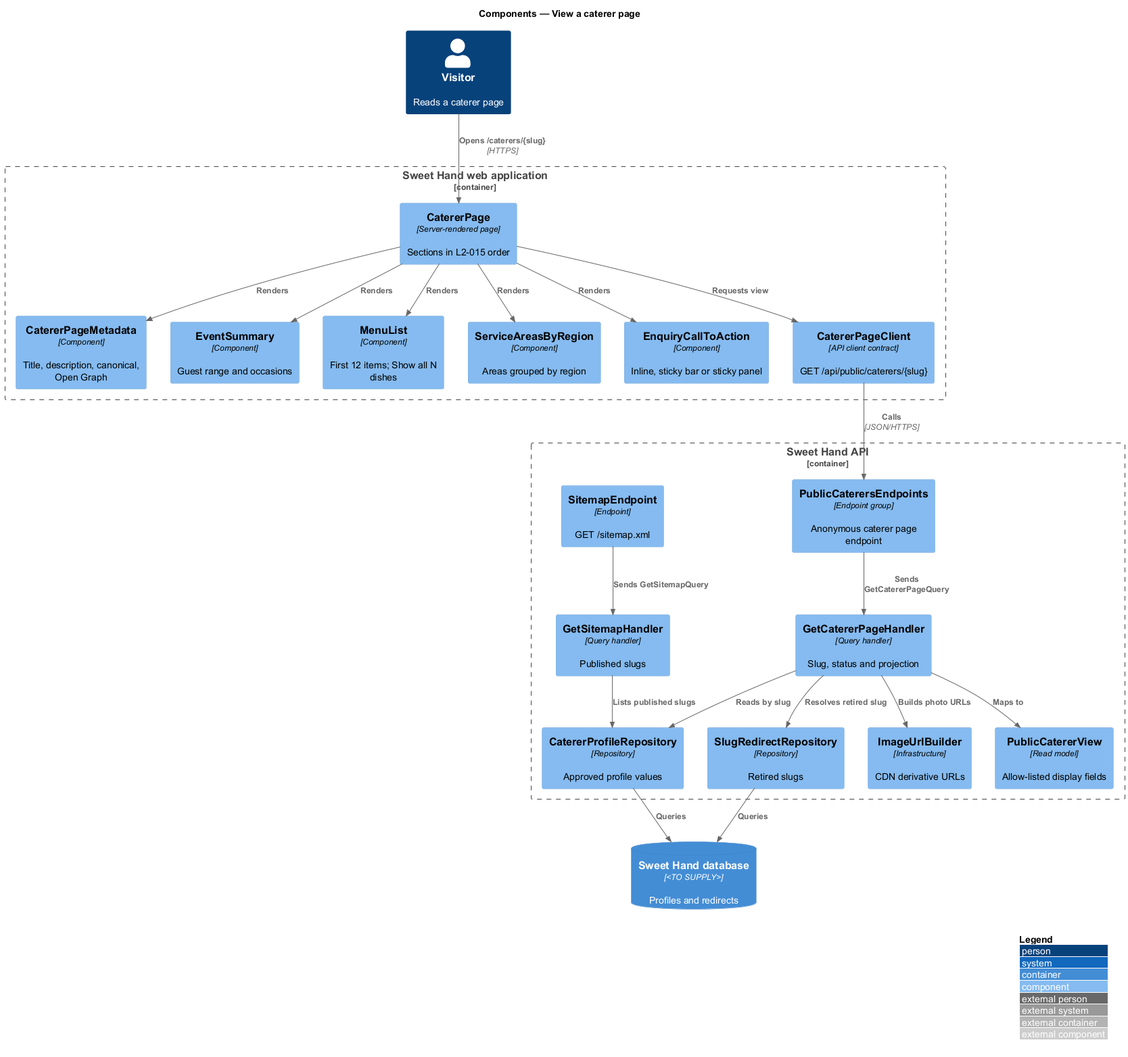
This is docs/detailed-designs/discovery/view-caterer-page/diagrams/c4-component.png from QuinntyneBrown/sweet-hand, a PlantUML export, as it was before one commit.
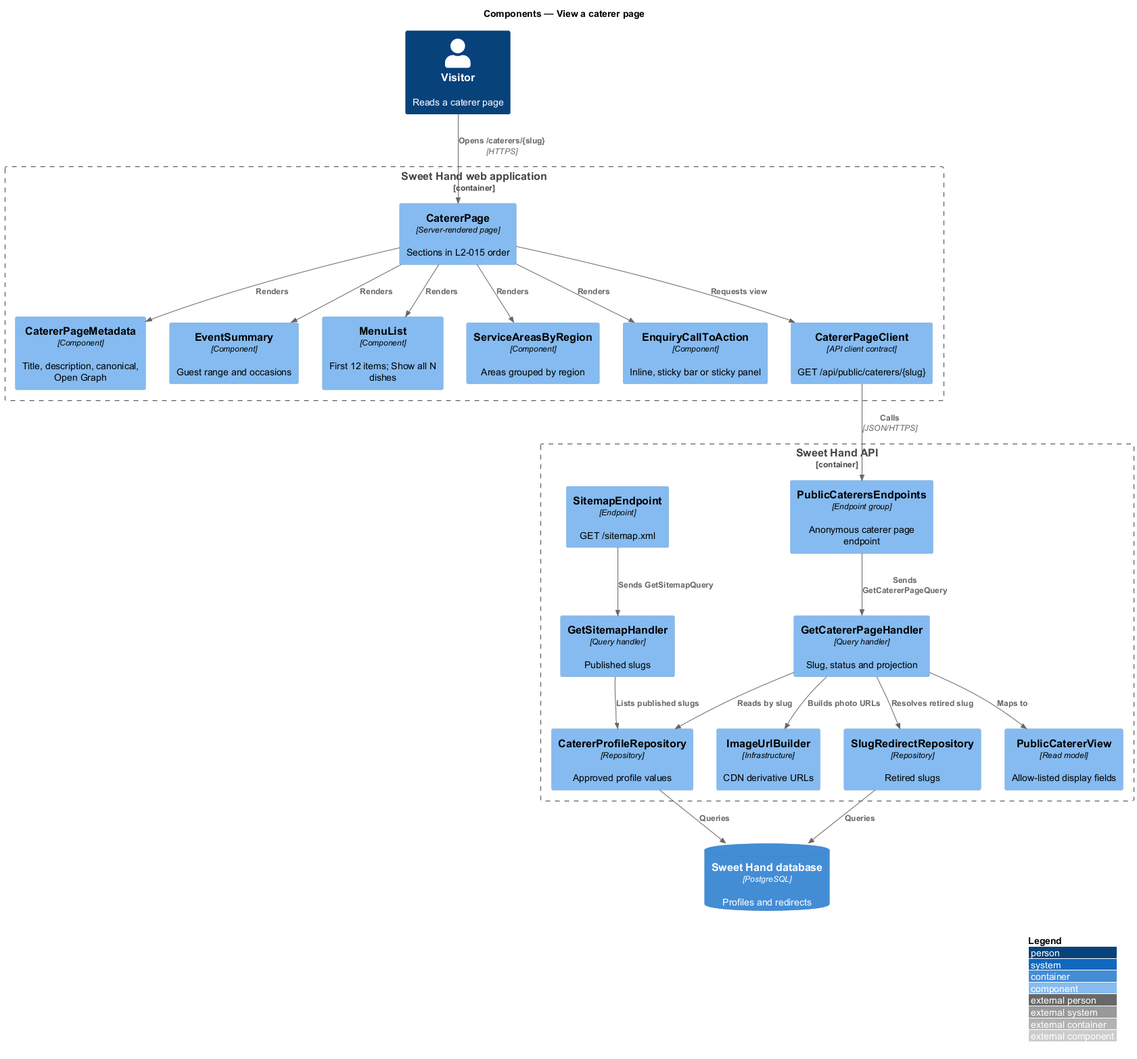
After the commit.

Change to the diagram source:
```diff
@@ -23,7 +23,7 @@
   Component(redirects, "SlugRedirectRepository", "Repository", "Retired slugs")
   Component(images, "ImageUrlBuilder", "Infrastructure", "CDN derivative URLs")
 }
-ContainerDb(db, "Sweet Hand database", "<TO SUPPLY>", "Profiles and redirects")
+ContainerDb(db, "Sweet Hand database", "PostgreSQL", "Profiles and redirects")
 
 Rel(visitor, page, "Opens /caterers/{slug}", "HTTPS")
 Rel(page, meta, "Renders")
```
